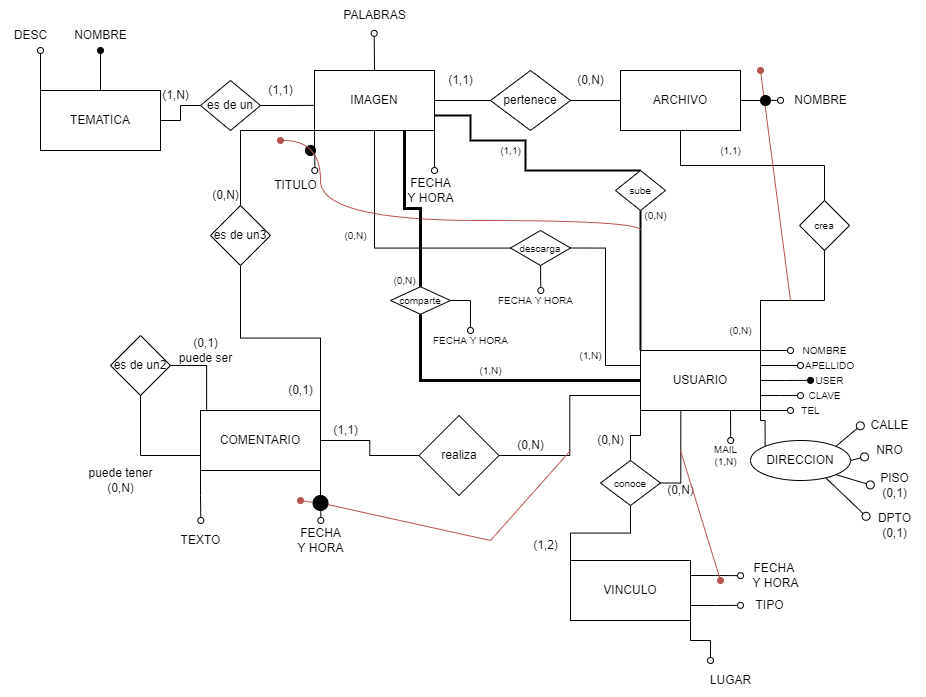
Above: PRACTICA 2/Parte1/Ejercicio2/Ejercicio2-conceptual.png in agusrnfr/DBD (draw.io), before the change. Source tidied: cells renumbered, new cells last; positions are measured from the earlier drawing's top-left corner, leaving out a move shared by most shapes.
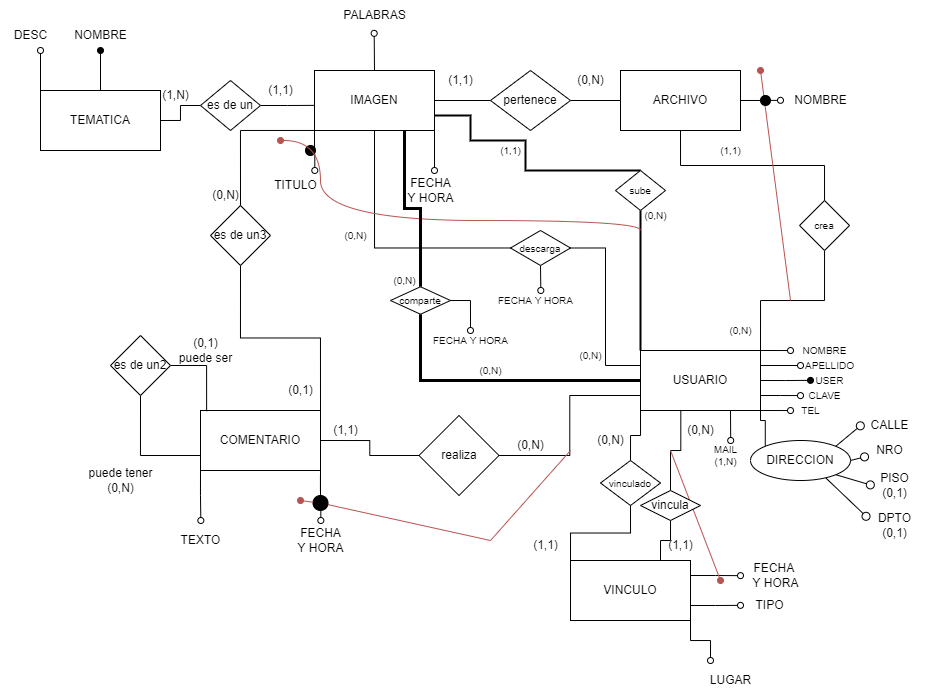
Above is the later version.

What changed in the source:
```diff
@@ -286,7 +286,7 @@
     <mxCell id="77" value="FECHA Y HORA" style="text;html=1;align=center;verticalAlign=middle;strokeColor=none;fillColor=none;fontSize=10;fontColor=#000000;" parent="1" vertex="1">
       <mxGeometry x="485" y="285" width="100" height="30" as="geometry" />
     </mxCell>
-    <mxCell id="78" value="(1,N)" style="text;html=1;align=center;verticalAlign=middle;strokeColor=none;fillColor=none;fontSize=10;fontColor=#000000;" parent="1" vertex="1">
+    <mxCell id="78" value="(0,N)" style="text;html=1;align=center;verticalAlign=middle;strokeColor=none;fillColor=none;fontSize=10;fontColor=#000000;" parent="1" vertex="1">
       <mxGeometry x="565" y="340" width="50" height="30" as="geometry" />
     </mxCell>
     <mxCell id="79" value="(0,N)" style="text;html=1;align=center;verticalAlign=middle;strokeColor=none;fillColor=none;fontSize=10;fontColor=#000000;" parent="1" vertex="1">
@@ -318,7 +318,7 @@
     <mxCell id="84" value="(0,N)" style="text;html=1;align=center;verticalAlign=middle;strokeColor=none;fillColor=none;fontSize=10;fontColor=#000000;" parent="1" vertex="1">
       <mxGeometry x="378.5" y="265" width="50" height="30" as="geometry" />
     </mxCell>
-    <mxCell id="85" value="(1,N)" style="text;html=1;align=center;verticalAlign=middle;strokeColor=none;fillColor=none;fontSize=10;fontColor=#000000;" parent="1" vertex="1">
+    <mxCell id="85" value="(0,N)" style="text;html=1;align=center;verticalAlign=middle;strokeColor=none;fillColor=none;fontSize=10;fontColor=#000000;" parent="1" vertex="1">
       <mxGeometry x="465" y="355" width="50" height="30" as="geometry" />
     </mxCell>
     <mxCell id="86" value="FECHA Y HORA" style="text;html=1;align=center;verticalAlign=middle;strokeColor=none;fillColor=none;fontSize=10;fontColor=#000000;" parent="1" vertex="1">
@@ -327,25 +327,25 @@
     <mxCell id="87" style="edgeStyle=orthogonalEdgeStyle;rounded=0;jettySize=auto;html=1;exitX=0.5;exitY=1;exitDx=0;exitDy=0;entryX=0;entryY=0;entryDx=0;entryDy=0;fontSize=10;fontColor=#000000;startArrow=none;startFill=0;endArrow=none;endFill=0;" parent="1" edge="1" source="89" target="28">
       <mxGeometry relative="1" as="geometry" />
     </mxCell>
-    <mxCell id="88" style="edgeStyle=orthogonalEdgeStyle;rounded=0;jettySize=auto;html=1;exitX=1;exitY=0.5;exitDx=0;exitDy=0;entryX=0.336;entryY=0.997;entryDx=0;entryDy=0;entryPerimeter=0;fontSize=10;fontColor=#000000;startArrow=none;startFill=0;endArrow=none;endFill=0;" parent="1" edge="1" source="89" target="10">
+    <mxCell id="88" style="edgeStyle=orthogonalEdgeStyle;rounded=0;jettySize=auto;html=1;entryX=0.336;entryY=0.997;entryDx=0;entryDy=0;entryPerimeter=0;fontSize=10;fontColor=#000000;startArrow=none;startFill=0;endArrow=none;endFill=0;exitX=0.5;exitY=0;exitDx=0;exitDy=0;" parent="1" edge="1" source="119" target="10">
       <mxGeometry relative="1" as="geometry" />
     </mxCell>
-    <mxCell id="89" value="conoce" style="rhombus;whiteSpace=wrap;html=1;fontSize=10;fontColor=#000000;fillColor=#FFFFFF;" parent="1" vertex="1">
+    <mxCell id="89" value="vinculado" style="rhombus;whiteSpace=wrap;html=1;fontSize=10;fontColor=#000000;fillColor=#FFFFFF;" parent="1" vertex="1">
       <mxGeometry x="600" y="460" width="60" height="45" as="geometry" />
     </mxCell>
-    <mxCell id="90" value="(1,2)" style="text;html=1;align=center;verticalAlign=middle;strokeColor=none;fillColor=none;fontSize=12;fontColor=#000000;" parent="1" vertex="1">
+    <mxCell id="90" value="(1,1)" style="text;html=1;align=center;verticalAlign=middle;strokeColor=none;fillColor=none;fontSize=12;fontColor=#000000;" parent="1" vertex="1">
       <mxGeometry x="520" y="530" width="50" height="30" as="geometry" />
     </mxCell>
     <mxCell id="91" value="(0,N)" style="text;html=1;align=center;verticalAlign=middle;strokeColor=none;fillColor=none;fontSize=12;fontColor=#000000;" parent="1" vertex="1">
       <mxGeometry x="585" y="425" width="50" height="30" as="geometry" />
     </mxCell>
     <mxCell id="92" value="(0,N)" style="text;html=1;align=center;verticalAlign=middle;strokeColor=none;fillColor=none;fontSize=12;fontColor=#000000;" parent="1" vertex="1">
-      <mxGeometry x="655" y="475" width="50" height="30" as="geometry" />
+      <mxGeometry x="675" y="415" width="50" height="30" as="geometry" />
     </mxCell>
     <mxCell id="93" style="endArrow=none;html=1;rounded=0;fontSize=12;fontColor=#000000;endFill=0;startArrow=oval;startFill=1;fillColor=#f8cecc;strokeColor=#b85450;" parent="1" edge="1">
       <mxGeometry relative="1" as="geometry">
         <mxPoint x="720" y="580" as="sourcePoint" />
-        <mxPoint x="680" y="450" as="targetPoint" />
+        <mxPoint x="670" y="450" as="targetPoint" />
       </mxGeometry>
     </mxCell>
     <mxCell id="94" value="FECHA &lt;br&gt;Y HORA" style="text;html=1;align=center;verticalAlign=middle;strokeColor=none;fillColor=none;fontSize=12;fontColor=#000000;" parent="1" vertex="1">
@@ -432,5 +432,14 @@
         <mxPoint x="300" y="500" as="sourcePoint" />
       </mxGeometry>
     </mxCell>
+    <mxCell id="118" style="edgeStyle=orthogonalEdgeStyle;rounded=0;jettySize=auto;html=1;exitX=0.5;exitY=1;exitDx=0;exitDy=0;entryX=0.75;entryY=0;entryDx=0;entryDy=0;endArrow=none;endFill=0;" parent="1" edge="1" source="119" target="28">
+      <mxGeometry relative="1" as="geometry" />
+    </mxCell>
+    <mxCell id="119" value="vincula" style="rhombus;whiteSpace=wrap;html=1;" parent="1" vertex="1">
+      <mxGeometry x="640" y="490" width="60" height="30" as="geometry" />
+    </mxCell>
+    <mxCell id="120" value="(1,1)" style="text;html=1;align=center;verticalAlign=middle;strokeColor=none;fillColor=none;" parent="1" vertex="1">
+      <mxGeometry x="655" y="530" width="50" height="30" as="geometry" />
+    </mxCell>
   </root>
 </mxGraphModel>
```
